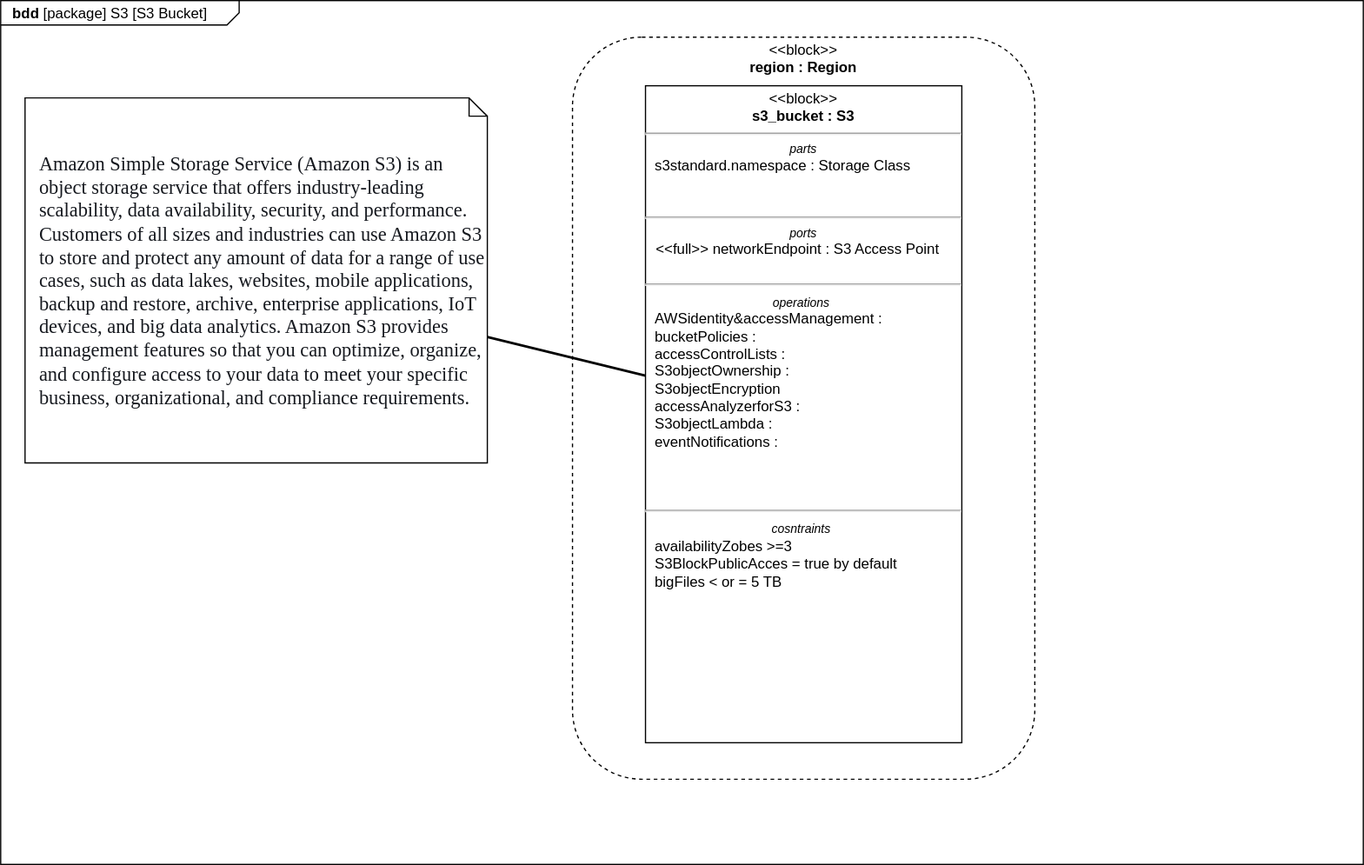
The draw.io diagram Packages/S3/AWS S3 Service-S3 Bucket bdd.svg in JeffreyWerth/AWS-Architecture-Model-Repository, before a commit. Source tidied: cells renumbered, new cells last; positions are measured from the earlier drawing's top-left corner, leaving out a move shared by most shapes. Its diagram source:
```xml
<mxGraphModel>
  <root>
    <mxCell id="0" style="html=1;" />
    <mxCell id="1" style="html=1;" parent="0" />
    <mxCell id="2" value="&lt;p style=&quot;margin: 0px ; margin-top: 4px ; margin-left: 10px ; text-align: left&quot;&gt;&lt;b&gt;bdd&lt;/b&gt; [package] S3 [S3 Bucket]&lt;/p&gt;" style="html=1;strokeWidth=1;shape=mxgraph.sysml.package;html=1;overflow=fill;whiteSpace=wrap;fillColor=none;gradientColor=none;fontSize=12;align=center;labelX=196;" parent="1" vertex="1">
      <mxGeometry width="1120" height="710" as="geometry" />
    </mxCell>
    <mxCell id="3" value="&lt;p style=&quot;margin:0px;margin-top:4px;text-align:center;&quot;&gt;&amp;lt;&amp;lt;block&amp;gt;&amp;gt;&lt;br&gt;&lt;b&gt;region : Region&lt;/b&gt;&lt;/p&gt;&lt;p style=&quot;font-size:10px;margin:0px;text-align:center;&quot;&gt;&lt;/p&gt;&lt;p style=&quot;margin: 0px; text-align: center; font-size: 10px;&quot;&gt;&lt;br&gt;&lt;/p&gt;&lt;p style=&quot;margin: 0px 0px 0px 8px;&quot;&gt;&lt;br&gt;&lt;/p&gt;" style="shape=rect;html=1;overflow=fill;verticalAlign=top;align=left;whiteSpace=wrap;rounded=1;dashed=1;" parent="1" vertex="1">
      <mxGeometry x="470" y="30" width="380" height="610" as="geometry" />
    </mxCell>
    <mxCell id="4" value="&lt;span style=&quot;color: rgb(22, 25, 31); font-family: &amp;quot;Amazon Ember&amp;quot;; font-size: 16px; background-color: rgb(255, 255, 255);&quot;&gt;Amazon Simple Storage Service (Amazon S3) is an object storage service that offers industry-leading scalability, data availability, security, and performance. Customers of all sizes and industries can use Amazon S3 to store and protect any amount of data for a range of use cases, such as data lakes, websites, mobile applications, backup and restore, archive, enterprise applications, IoT devices, and big data analytics. Amazon S3 provides management features so that you can optimize, organize, and configure access to your data to meet your specific business, organizational, and compliance requirements.&lt;/span&gt;" style="shape=note;size=15;align=left;spacingLeft=10;html=1;whiteSpace=wrap;" parent="1" vertex="1">
      <mxGeometry x="20" y="80" width="380" height="300" as="geometry" />
    </mxCell>
    <mxCell id="5" value="&lt;p style=&quot;margin:0px;margin-top:4px;text-align:center;&quot;&gt;&amp;lt;&amp;lt;block&amp;gt;&amp;gt;&lt;br&gt;&lt;b&gt;s3_bucket : S3&lt;/b&gt;&lt;/p&gt;&lt;hr&gt;&lt;p style=&quot;font-size:10px;margin:0px;text-align:center;&quot;&gt;&lt;/p&gt;&lt;p style=&quot;margin: 0px; text-align: center; font-size: 10px;&quot;&gt;&lt;i&gt;parts&lt;/i&gt;&lt;/p&gt;&lt;p style=&quot;margin: 0px 0px 0px 8px;&quot;&gt;s3standard.namespace : Storage Class&lt;/p&gt;&lt;p style=&quot;margin:0px;margin-left:8px;text-align:left;&quot;&gt;&lt;br&gt;&lt;/p&gt;&lt;p style=&quot;margin:0px;margin-left:8px;text-align:left;&quot;&gt;&lt;br&gt;&lt;/p&gt;&lt;hr&gt;&lt;p style=&quot;font-size: 10px; margin: 0px; text-align: center;&quot;&gt;&lt;/p&gt;&lt;p style=&quot;font-size: 10px; margin: 0px; text-align: center;&quot;&gt;&lt;i&gt;ports&lt;/i&gt;&lt;/p&gt;&lt;p style=&quot;margin: 0px;&quot;&gt;&lt;span style=&quot;font-size: 10px;&quot;&gt;&amp;nbsp;&amp;nbsp;&lt;/span&gt;&amp;nbsp;&amp;lt;&amp;lt;full&amp;gt;&amp;gt; networkEndpoint : S3 Access Point&lt;/p&gt;&lt;div&gt;&lt;br&gt;&lt;/div&gt;&lt;hr&gt;&lt;p style=&quot;font-size: 10px; margin: 0px; text-align: center;&quot;&gt;&lt;/p&gt;&lt;p style=&quot;margin: 0px; text-align: center; font-size: 10px;&quot;&gt;&lt;i&gt;operations&lt;/i&gt;&lt;span style=&quot;background-color: initial; font-size: 12px; text-align: left;&quot;&gt;&amp;nbsp;&lt;/span&gt;&lt;/p&gt;&lt;p style=&quot;margin: 0px 0px 0px 8px;&quot;&gt;AWSidentity&amp;amp;accessManagement :&lt;/p&gt;&lt;p style=&quot;margin: 0px 0px 0px 8px;&quot;&gt;bucketPolicies :&lt;/p&gt;&lt;p style=&quot;margin: 0px 0px 0px 8px;&quot;&gt;accessControlLists :&lt;/p&gt;&lt;p style=&quot;margin: 0px 0px 0px 8px;&quot;&gt;S3objectOwnership :&lt;/p&gt;&lt;p style=&quot;margin: 0px 0px 0px 8px;&quot;&gt;S3objectEncryption&lt;/p&gt;&lt;p style=&quot;margin: 0px 0px 0px 8px;&quot;&gt;accessAnalyzerforS3 :&lt;/p&gt;&lt;p style=&quot;margin: 0px 0px 0px 8px;&quot;&gt;S3objectLambda :&lt;/p&gt;&lt;p style=&quot;margin: 0px 0px 0px 8px;&quot;&gt;eventNotifications :&lt;/p&gt;&lt;p style=&quot;margin: 0px 0px 0px 8px;&quot;&gt;&lt;br&gt;&lt;/p&gt;&lt;p style=&quot;margin: 0px 0px 0px 8px;&quot;&gt;&lt;br&gt;&lt;/p&gt;&lt;p style=&quot;margin: 0px 0px 0px 8px;&quot;&gt;&lt;br&gt;&lt;/p&gt;&lt;hr&gt;&lt;p style=&quot;font-size: 10px; margin: 0px; text-align: center;&quot;&gt;&lt;/p&gt;&lt;p style=&quot;text-align: center; margin: 0px;&quot;&gt;&lt;span style=&quot;background-color: initial; text-align: left; font-size: 10px;&quot;&gt;&lt;i&gt;cosntraints&lt;/i&gt;&lt;/span&gt;&lt;span style=&quot;font-size: 12px; background-color: initial; text-align: left;&quot;&gt;&amp;nbsp;&lt;/span&gt;&lt;/p&gt;&lt;p style=&quot;margin: 0px 0px 0px 8px;&quot;&gt;availabilityZobes &amp;gt;=3&lt;/p&gt;&lt;p style=&quot;margin: 0px 0px 0px 8px;&quot;&gt;S3BlockPublicAcces = true by default&lt;/p&gt;&lt;p style=&quot;margin: 0px 0px 0px 8px;&quot;&gt;bigFiles &amp;lt; or = 5 TB&lt;/p&gt;&lt;p style=&quot;margin: 0px 0px 0px 8px;&quot;&gt;&lt;br&gt;&lt;/p&gt;&lt;p style=&quot;margin: 0px 0px 0px 8px;&quot;&gt;&lt;br&gt;&lt;/p&gt;&lt;p style=&quot;margin: 0px 0px 0px 8px;&quot;&gt;&lt;br&gt;&lt;/p&gt;&lt;p style=&quot;margin: 0px 0px 0px 8px;&quot;&gt;&lt;br&gt;&lt;/p&gt;&lt;p style=&quot;margin: 0px 0px 0px 8px;&quot;&gt;&lt;br&gt;&lt;/p&gt;" style="shape=rect;html=1;overflow=fill;verticalAlign=top;align=left;whiteSpace=wrap;" parent="1" vertex="1">
      <mxGeometry x="530" y="70" width="260" height="540" as="geometry" />
    </mxCell>
    <mxCell id="6" style="endArrow=none;html=1;strokeWidth=2;rounded=0;" parent="1" edge="1" source="4" target="5">
      <mxGeometry relative="1" as="geometry" />
    </mxCell>
  </root>
</mxGraphModel>
```
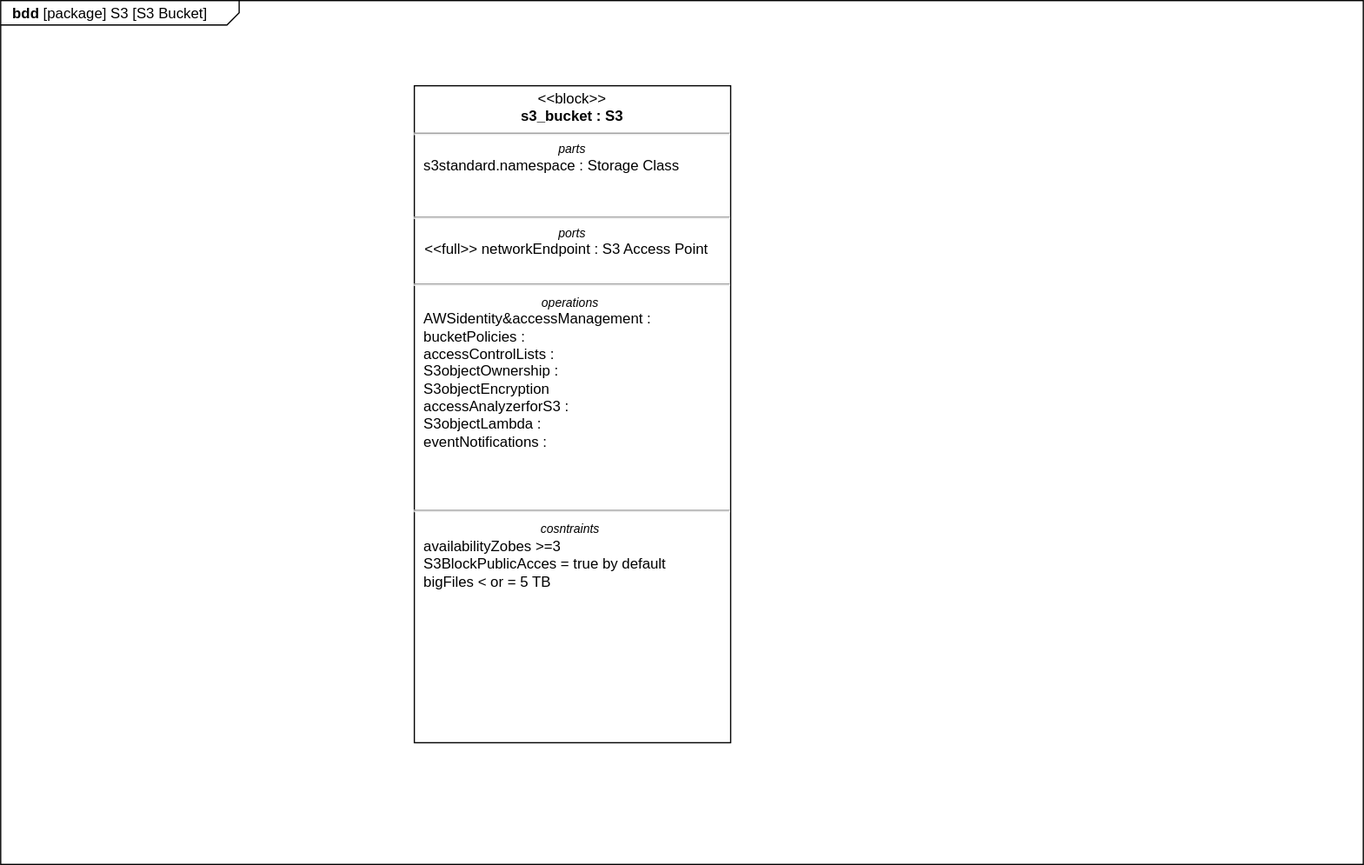
The same diagram one commit later.

What changed in the source:
```diff
@@ -5,17 +5,8 @@
     <mxCell id="2" value="&lt;p style=&quot;margin: 0px ; margin-top: 4px ; margin-left: 10px ; text-align: left&quot;&gt;&lt;b&gt;bdd&lt;/b&gt; [package] S3 [S3 Bucket]&lt;/p&gt;" style="html=1;strokeWidth=1;shape=mxgraph.sysml.package;html=1;overflow=fill;whiteSpace=wrap;fillColor=none;gradientColor=none;fontSize=12;align=center;labelX=196;" parent="1" vertex="1">
       <mxGeometry width="1120" height="710" as="geometry" />
     </mxCell>
-    <mxCell id="3" value="&lt;p style=&quot;margin:0px;margin-top:4px;text-align:center;&quot;&gt;&amp;lt;&amp;lt;block&amp;gt;&amp;gt;&lt;br&gt;&lt;b&gt;region : Region&lt;/b&gt;&lt;/p&gt;&lt;p style=&quot;font-size:10px;margin:0px;text-align:center;&quot;&gt;&lt;/p&gt;&lt;p style=&quot;margin: 0px; text-align: center; font-size: 10px;&quot;&gt;&lt;br&gt;&lt;/p&gt;&lt;p style=&quot;margin: 0px 0px 0px 8px;&quot;&gt;&lt;br&gt;&lt;/p&gt;" style="shape=rect;html=1;overflow=fill;verticalAlign=top;align=left;whiteSpace=wrap;rounded=1;dashed=1;" parent="1" vertex="1">
-      <mxGeometry x="470" y="30" width="380" height="610" as="geometry" />
-    </mxCell>
-    <mxCell id="4" value="&lt;span style=&quot;color: rgb(22, 25, 31); font-family: &amp;quot;Amazon Ember&amp;quot;; font-size: 16px; background-color: rgb(255, 255, 255);&quot;&gt;Amazon Simple Storage Service (Amazon S3) is an object storage service that offers industry-leading scalability, data availability, security, and performance. Customers of all sizes and industries can use Amazon S3 to store and protect any amount of data for a range of use cases, such as data lakes, websites, mobile applications, backup and restore, archive, enterprise applications, IoT devices, and big data analytics. Amazon S3 provides management features so that you can optimize, organize, and configure access to your data to meet your specific business, organizational, and compliance requirements.&lt;/span&gt;" style="shape=note;size=15;align=left;spacingLeft=10;html=1;whiteSpace=wrap;" parent="1" vertex="1">
-      <mxGeometry x="20" y="80" width="380" height="300" as="geometry" />
-    </mxCell>
     <mxCell id="5" value="&lt;p style=&quot;margin:0px;margin-top:4px;text-align:center;&quot;&gt;&amp;lt;&amp;lt;block&amp;gt;&amp;gt;&lt;br&gt;&lt;b&gt;s3_bucket : S3&lt;/b&gt;&lt;/p&gt;&lt;hr&gt;&lt;p style=&quot;font-size:10px;margin:0px;text-align:center;&quot;&gt;&lt;/p&gt;&lt;p style=&quot;margin: 0px; text-align: center; font-size: 10px;&quot;&gt;&lt;i&gt;parts&lt;/i&gt;&lt;/p&gt;&lt;p style=&quot;margin: 0px 0px 0px 8px;&quot;&gt;s3standard.namespace : Storage Class&lt;/p&gt;&lt;p style=&quot;margin:0px;margin-left:8px;text-align:left;&quot;&gt;&lt;br&gt;&lt;/p&gt;&lt;p style=&quot;margin:0px;margin-left:8px;text-align:left;&quot;&gt;&lt;br&gt;&lt;/p&gt;&lt;hr&gt;&lt;p style=&quot;font-size: 10px; margin: 0px; text-align: center;&quot;&gt;&lt;/p&gt;&lt;p style=&quot;font-size: 10px; margin: 0px; text-align: center;&quot;&gt;&lt;i&gt;ports&lt;/i&gt;&lt;/p&gt;&lt;p style=&quot;margin: 0px;&quot;&gt;&lt;span style=&quot;font-size: 10px;&quot;&gt;&amp;nbsp;&amp;nbsp;&lt;/span&gt;&amp;nbsp;&amp;lt;&amp;lt;full&amp;gt;&amp;gt; networkEndpoint : S3 Access Point&lt;/p&gt;&lt;div&gt;&lt;br&gt;&lt;/div&gt;&lt;hr&gt;&lt;p style=&quot;font-size: 10px; margin: 0px; text-align: center;&quot;&gt;&lt;/p&gt;&lt;p style=&quot;margin: 0px; text-align: center; font-size: 10px;&quot;&gt;&lt;i&gt;operations&lt;/i&gt;&lt;span style=&quot;background-color: initial; font-size: 12px; text-align: left;&quot;&gt;&amp;nbsp;&lt;/span&gt;&lt;/p&gt;&lt;p style=&quot;margin: 0px 0px 0px 8px;&quot;&gt;AWSidentity&amp;amp;accessManagement :&lt;/p&gt;&lt;p style=&quot;margin: 0px 0px 0px 8px;&quot;&gt;bucketPolicies :&lt;/p&gt;&lt;p style=&quot;margin: 0px 0px 0px 8px;&quot;&gt;accessControlLists :&lt;/p&gt;&lt;p style=&quot;margin: 0px 0px 0px 8px;&quot;&gt;S3objectOwnership :&lt;/p&gt;&lt;p style=&quot;margin: 0px 0px 0px 8px;&quot;&gt;S3objectEncryption&lt;/p&gt;&lt;p style=&quot;margin: 0px 0px 0px 8px;&quot;&gt;accessAnalyzerforS3 :&lt;/p&gt;&lt;p style=&quot;margin: 0px 0px 0px 8px;&quot;&gt;S3objectLambda :&lt;/p&gt;&lt;p style=&quot;margin: 0px 0px 0px 8px;&quot;&gt;eventNotifications :&lt;/p&gt;&lt;p style=&quot;margin: 0px 0px 0px 8px;&quot;&gt;&lt;br&gt;&lt;/p&gt;&lt;p style=&quot;margin: 0px 0px 0px 8px;&quot;&gt;&lt;br&gt;&lt;/p&gt;&lt;p style=&quot;margin: 0px 0px 0px 8px;&quot;&gt;&lt;br&gt;&lt;/p&gt;&lt;hr&gt;&lt;p style=&quot;font-size: 10px; margin: 0px; text-align: center;&quot;&gt;&lt;/p&gt;&lt;p style=&quot;text-align: center; margin: 0px;&quot;&gt;&lt;span style=&quot;background-color: initial; text-align: left; font-size: 10px;&quot;&gt;&lt;i&gt;cosntraints&lt;/i&gt;&lt;/span&gt;&lt;span style=&quot;font-size: 12px; background-color: initial; text-align: left;&quot;&gt;&amp;nbsp;&lt;/span&gt;&lt;/p&gt;&lt;p style=&quot;margin: 0px 0px 0px 8px;&quot;&gt;availabilityZobes &amp;gt;=3&lt;/p&gt;&lt;p style=&quot;margin: 0px 0px 0px 8px;&quot;&gt;S3BlockPublicAcces = true by default&lt;/p&gt;&lt;p style=&quot;margin: 0px 0px 0px 8px;&quot;&gt;bigFiles &amp;lt; or = 5 TB&lt;/p&gt;&lt;p style=&quot;margin: 0px 0px 0px 8px;&quot;&gt;&lt;br&gt;&lt;/p&gt;&lt;p style=&quot;margin: 0px 0px 0px 8px;&quot;&gt;&lt;br&gt;&lt;/p&gt;&lt;p style=&quot;margin: 0px 0px 0px 8px;&quot;&gt;&lt;br&gt;&lt;/p&gt;&lt;p style=&quot;margin: 0px 0px 0px 8px;&quot;&gt;&lt;br&gt;&lt;/p&gt;&lt;p style=&quot;margin: 0px 0px 0px 8px;&quot;&gt;&lt;br&gt;&lt;/p&gt;" style="shape=rect;html=1;overflow=fill;verticalAlign=top;align=left;whiteSpace=wrap;" parent="1" vertex="1">
-      <mxGeometry x="530" y="70" width="260" height="540" as="geometry" />
+      <mxGeometry x="340" y="70" width="260" height="540" as="geometry" />
     </mxCell>
-    <mxCell id="6" style="endArrow=none;html=1;strokeWidth=2;rounded=0;" parent="1" edge="1" source="4" target="5">
-      <mxGeometry relative="1" as="geometry" />
-    </mxCell>
   </root>
 </mxGraphModel>
```
